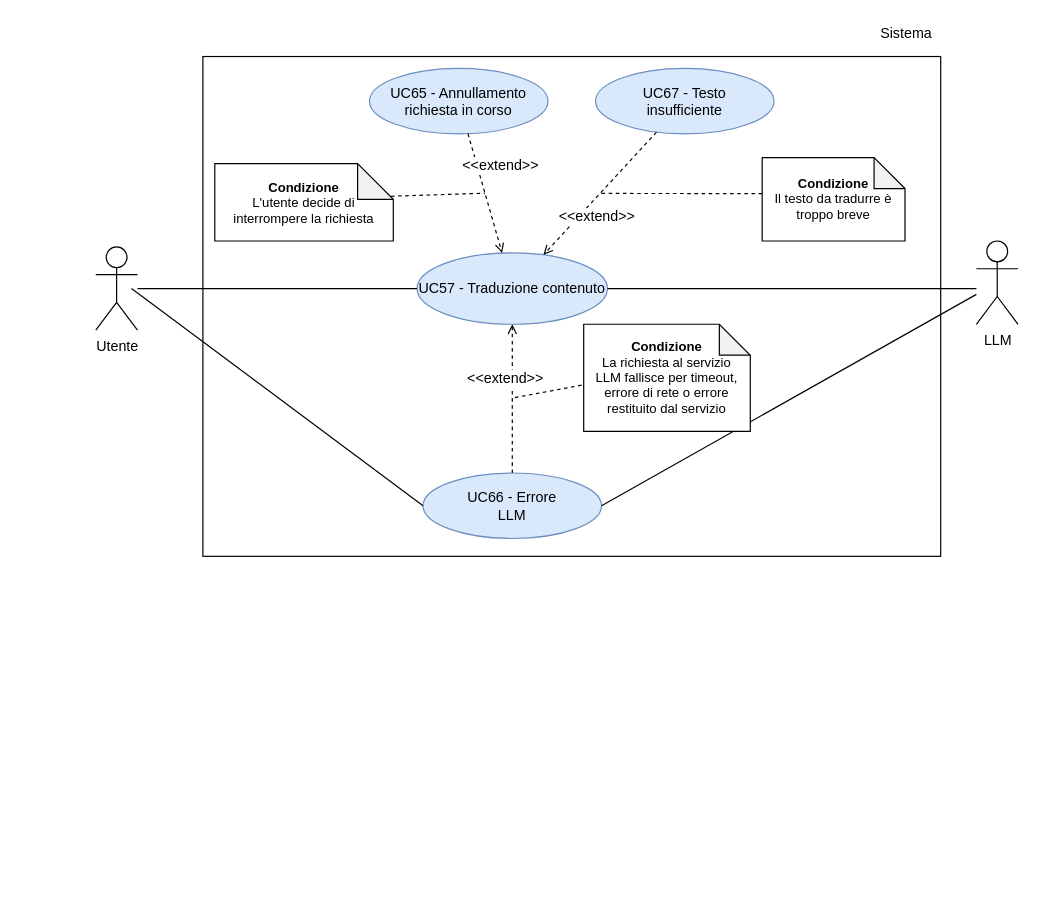
Above: RTB/doc_esterna/analisi-dei-requisiti/assets/draw.io/UC57.drawio in thebitless-group-swe/thebitless.github.io (draw.io), before the change. Source tidied: cells renumbered, new cells numbered last; positions are measured from the earlier drawing's top-left corner, leaving out a move shared by most shapes. Both pictures are drawn from the tidied source at 119%, with x=0, y=0 at pixel (95, 20).
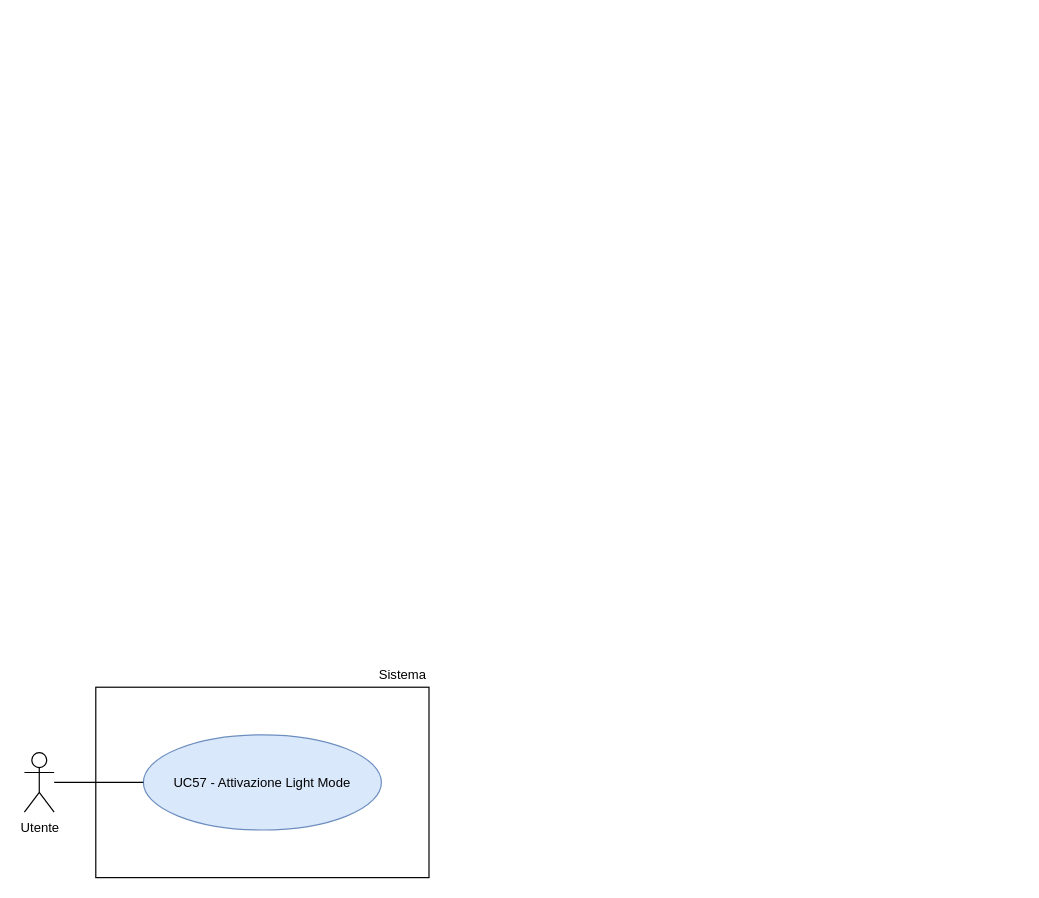
After the change.

What changed in the source:
```diff
@@
-    <mxCell id="2" value="&lt;font&gt;Utente&lt;/font&gt;" style="shape=umlActor;verticalLabelPosition=bottom;verticalAlign=top;html=1;outlineConnect=0;fontSize=12;" parent="1" vertex="1">
-      <mxGeometry y="190" width="35" height="70" as="geometry" />
+    <mxCell id="2" value="Utente" style="shape=umlActor;verticalLabelPosition=bottom;verticalAlign=top;html=1;outlineConnect=0;fontSize=11;" parent="1" vertex="1">
+      <mxGeometry x="-60" y="615" width="25" height="50" as="geometry" />
     </mxCell>
-    <mxCell id="3" style="rounded=0;whiteSpace=wrap;html=1;strokeWidth=1;fontSize=12;" parent="1" vertex="1">
-      <mxGeometry x="90" y="30" width="620" height="420" as="geometry" />
-    </mxCell>
+    <mxCell id="26" style="rounded=0;whiteSpace=wrap;html=1;strokeWidth=1;" parent="1" vertex="1">
+      <mxGeometry y="560" width="280" height="160" as="geometry" />
+    </mxCell>
-    <mxCell id="4" value="&lt;font&gt;Sistema&lt;/font&gt;" style="text;html=1;whiteSpace=wrap;strokeColor=none;fillColor=none;align=right;verticalAlign=middle;fontSize=12;" parent="1" vertex="1">
-      <mxGeometry x="640" width="65" height="22" as="geometry" />
+    <mxCell id="4" value="Sistema" style="text;html=1;whiteSpace=wrap;strokeColor=none;fillColor=none;align=right;verticalAlign=middle;fontSize=11;" parent="1" vertex="1">
+      <mxGeometry x="210" y="540" width="70" height="20" as="geometry" />
     </mxCell>
-    <mxCell id="5" value="&lt;font&gt;UC57 - Traduzione contenuto&lt;/font&gt;" style="ellipse;whiteSpace=wrap;html=1;fillColor=#dae8fc;strokeColor=#6c8ebf;fontSize=12;" parent="1" vertex="1">
-      <mxGeometry x="270" y="195" width="160" height="60" as="geometry" />
-    </mxCell>
-    <mxCell id="6" value="&lt;font&gt;UC65 - Annullamento&lt;br&gt;richiesta in corso&lt;/font&gt;" style="ellipse;whiteSpace=wrap;html=1;fillColor=#dae8fc;strokeColor=#6c8ebf;fontSize=12;" parent="1" vertex="1">
-      <mxGeometry x="230" y="40" width="150" height="55" as="geometry" />
-    </mxCell>
-    <mxCell id="7" value="&lt;font&gt;UC66 - Errore&lt;br&gt;LLM&lt;/font&gt;" style="ellipse;whiteSpace=wrap;html=1;fillColor=#dae8fc;strokeColor=#6c8ebf;fontSize=12;" parent="1" vertex="1">
-      <mxGeometry x="275" y="380" width="150" height="55" as="geometry" />
-    </mxCell>
-    <mxCell id="8" value="&lt;font&gt;UC67 - Testo&lt;br&gt;insufficiente&lt;/font&gt;" style="ellipse;whiteSpace=wrap;html=1;fillColor=#dae8fc;strokeColor=#6c8ebf;fontSize=12;" parent="1" vertex="1">
-      <mxGeometry x="420" y="40" width="150" height="55" as="geometry" />
-    </mxCell>
-    <mxCell id="9" style="edgeStyle=none;rounded=0;jettySize=auto;html=1;endArrow=none;endFill=0;fontSize=12;" parent="1" edge="1" source="2" target="5">
-      <mxGeometry relative="1" as="geometry" />
-    </mxCell>
-    <mxCell id="10" style="edgeStyle=none;rounded=0;jettySize=auto;html=1;endArrow=none;endFill=0;fontSize=12;" parent="1" edge="1" source="5">
-      <mxGeometry relative="1" as="geometry">
-        <mxPoint x="740" y="225" as="targetPoint" />
-      </mxGeometry>
-    </mxCell>
-    <mxCell id="11" style="dashed=1;endArrow=open;endFill=0;html=1;rounded=0;fontSize=12;" parent="1" edge="1" source="6" target="5">
-      <mxGeometry relative="1" as="geometry" />
-    </mxCell>
-    <mxCell id="12" value="&lt;font&gt;&amp;lt;&amp;lt;extend&amp;gt;&amp;gt;&lt;/font&gt;" style="edgeLabel;html=1;align=center;verticalAlign=middle;fontSize=12;" parent="11" vertex="1">
-      <mxGeometry x="-0.05" y="-1" relative="1" as="geometry">
-        <mxPoint x="14" y="-22" as="offset" />
-      </mxGeometry>
-    </mxCell>
-    <mxCell id="13" style="dashed=1;endArrow=open;endFill=0;html=1;rounded=0;fontSize=12;" parent="1" edge="1" source="7" target="5">
-      <mxGeometry relative="1" as="geometry" />
-    </mxCell>
-    <mxCell id="14" value="&lt;font&gt;&amp;lt;&amp;lt;&lt;/font&gt;&lt;font&gt;extend&lt;/font&gt;&lt;font&gt;&amp;gt;&amp;gt;&lt;/font&gt;" style="edgeLabel;html=1;align=center;verticalAlign=middle;fontSize=12;" parent="13" vertex="1">
-      <mxGeometry x="-0.05" y="-1" relative="1" as="geometry">
-        <mxPoint x="-8" y="-21" as="offset" />
-      </mxGeometry>
-    </mxCell>
-    <mxCell id="15" style="dashed=1;endArrow=open;endFill=0;html=1;rounded=0;fontSize=12;" parent="1" edge="1" source="8" target="5">
-      <mxGeometry relative="1" as="geometry" />
-    </mxCell>
-    <mxCell id="16" value="&lt;font&gt;&amp;lt;&amp;lt;extend&amp;gt;&amp;gt;&lt;/font&gt;" style="edgeLabel;html=1;align=center;verticalAlign=middle;fontSize=12;" parent="15" vertex="1">
-      <mxGeometry x="-0.05" y="1" relative="1" as="geometry">
-        <mxPoint x="-6" y="21" as="offset" />
-      </mxGeometry>
-    </mxCell>
-    <mxCell id="17" style="dashed=1;endArrow=none;html=1;rounded=0;strokeWidth=1;fontSize=12;" parent="1" edge="1" target="11">
-      <mxGeometry relative="1" as="geometry">
-        <mxPoint x="230" y="148" as="sourcePoint" />
-      </mxGeometry>
-    </mxCell>
-    <mxCell id="18" style="dashed=1;endArrow=none;html=1;rounded=0;strokeWidth=1;fontSize=12;" parent="1" edge="1" target="13">
-      <mxGeometry relative="1" as="geometry">
-        <mxPoint x="420" y="304" as="sourcePoint" />
-      </mxGeometry>
-    </mxCell>
-    <mxCell id="19" style="dashed=1;endArrow=none;html=1;rounded=0;strokeWidth=1;fontSize=12;" parent="1" edge="1" target="15">
-      <mxGeometry relative="1" as="geometry">
-        <mxPoint x="560" y="145.2" as="sourcePoint" />
-      </mxGeometry>
-    </mxCell>
-    <mxCell id="20" value="&lt;font&gt;LLM&lt;/font&gt;" style="shape=umlActor;verticalLabelPosition=bottom;verticalAlign=top;html=1;outlineConnect=0;fontSize=12;" parent="1" vertex="1">
-      <mxGeometry x="740" y="185" width="35" height="70" as="geometry" />
-    </mxCell>
-    <mxCell id="21" style="edgeStyle=none;rounded=0;jettySize=auto;html=1;endArrow=none;endFill=0;entryX=0;entryY=0.5;entryDx=0;entryDy=0;fontSize=12;" parent="1" edge="1" target="7">
-      <mxGeometry relative="1" as="geometry">
-        <mxPoint x="30" y="225" as="sourcePoint" />
-      </mxGeometry>
-    </mxCell>
-    <mxCell id="22" style="edgeStyle=none;rounded=0;jettySize=auto;html=1;endArrow=none;endFill=0;exitX=1;exitY=0.5;exitDx=0;exitDy=0;fontSize=12;" parent="1" edge="1" source="7" target="20">
-      <mxGeometry relative="1" as="geometry" />
-    </mxCell>
-    <mxCell id="23" value="&lt;span style=&quot;&quot;&gt;&lt;span&gt;&lt;b style=&quot;forced-color-adjust: none; color: rgb(0, 0, 0); font-family: Helvetica; font-size: 11px; font-style: normal; font-variant-ligatures: normal; font-variant-caps: normal; letter-spacing: normal; orphans: 2; text-align: center; text-indent: 0px; text-transform: none; widows: 2; word-spacing: 0px; -webkit-text-stroke-width: 0px; white-space: normal; text-decoration-thickness: initial; text-decoration-style: initial; text-decoration-color: initial;&quot;&gt;Condizione&lt;/b&gt;&lt;br style=&quot;forced-color-adjust: none; color: rgb(0, 0, 0); font-family: Helvetica; font-size: 11px; font-style: normal; font-variant-ligatures: normal; font-variant-caps: normal; font-weight: 400; letter-spacing: normal; orphans: 2; text-align: center; text-indent: 0px; text-transform: none; widows: 2; word-spacing: 0px; -webkit-text-stroke-width: 0px; white-space: normal; text-decoration-thickness: initial; text-decoration-style: initial; text-decoration-color: initial;&quot;&gt;&lt;span style=&quot;color: rgb(0, 0, 0); font-family: Helvetica; font-size: 11px; font-style: normal; font-variant-ligatures: normal; font-variant-caps: normal; font-weight: 400; letter-spacing: normal; orphans: 2; text-align: center; text-indent: 0px; text-transform: none; widows: 2; word-spacing: 0px; -webkit-text-stroke-width: 0px; white-space: normal; text-decoration-thickness: initial; text-decoration-style: initial; text-decoration-color: initial; float: none; display: inline !important;&quot;&gt;L'utente decide di interrompere la richiesta&lt;/span&gt;&lt;/span&gt;&lt;br&gt;&lt;/span&gt;" style="shape=note;whiteSpace=wrap;html=1;backgroundOutline=1;darkOpacity=0.05;labelBackgroundColor=none;fontFamily=Helvetica;fontSize=11;fontColor=default;fontStyle=0;align=center;verticalAlign=middle;spacing=6;" parent="1" vertex="1">
-      <mxGeometry x="100" y="120" width="150" height="65" as="geometry" />
-    </mxCell>
-    <mxCell id="24" value="&lt;b&gt;Condizione&lt;/b&gt;&lt;br&gt;Il testo da tradurre è troppo breve&lt;span style=&quot;&quot;&gt;&lt;/span&gt;" style="shape=note;whiteSpace=wrap;html=1;backgroundOutline=1;darkOpacity=0.05;labelBackgroundColor=none;fontFamily=Helvetica;fontSize=11;fontColor=default;fontStyle=0;align=center;verticalAlign=middle;spacing=6;size=26;" parent="1" vertex="1">
-      <mxGeometry x="560" y="115" width="120" height="70" as="geometry" />
-    </mxCell>
-    <mxCell id="25" value="&lt;b&gt;Condizione&lt;/b&gt;&lt;br&gt;&lt;div&gt;La richiesta al servizio LLM fallisce per timeout, errore di rete o errore restituito dal servizio&lt;/div&gt;" style="shape=note;whiteSpace=wrap;html=1;backgroundOutline=1;darkOpacity=0.05;labelBackgroundColor=none;fontFamily=Helvetica;fontSize=11;fontColor=default;fontStyle=0;align=center;verticalAlign=middle;spacing=6;size=26;" parent="1" vertex="1">
-      <mxGeometry x="410" y="255" width="140" height="90" as="geometry" />
-    </mxCell>
+    <mxCell id="27" value="UC57 - Attivazione Light Mode" style="ellipse;whiteSpace=wrap;html=1;fillColor=#dae8fc;strokeColor=#6c8ebf;fontSize=11;" parent="1" vertex="1">
+      <mxGeometry x="40" y="600" width="200" height="80" as="geometry" />
+    </mxCell>
+    <mxCell id="28" style="edgeStyle=none;rounded=0;jettySize=auto;html=1;endArrow=none;endFill=0;" parent="1" edge="1" source="2" target="27">
+      <mxGeometry relative="1" as="geometry" />
+    </mxCell>
```
